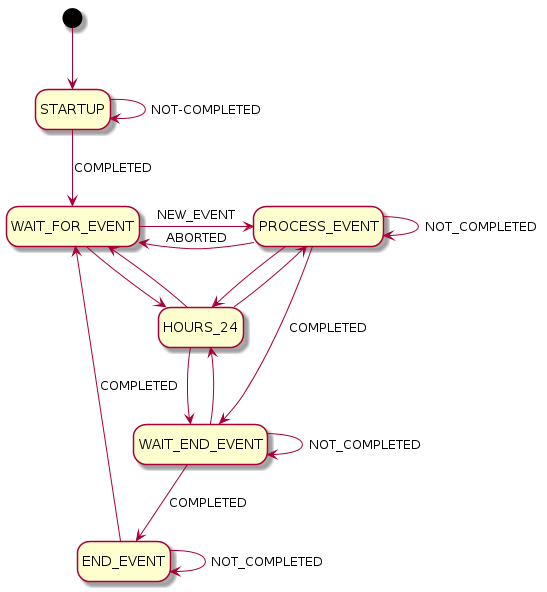
Above: doc/state_uml.png in turgu1/maison (PlantUML), before the change.
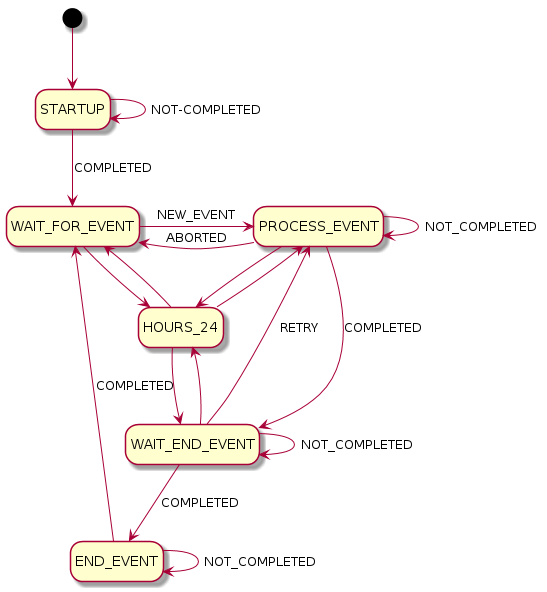
After the change.

Diff of the diagram source:
```diff
@@ -12,6 +12,7 @@
 PROCESS_EVENT --> HOURS_24
 HOURS_24 --> PROCESS_EVENT
 WAIT_END_EVENT --> END_EVENT : COMPLETED
+WAIT_END_EVENT --> PROCESS_EVENT : RETRY
 WAIT_END_EVENT --> HOURS_24
 WAIT_END_EVENT --> WAIT_END_EVENT : NOT_COMPLETED
 HOURS_24 --> WAIT_END_EVENT
```
